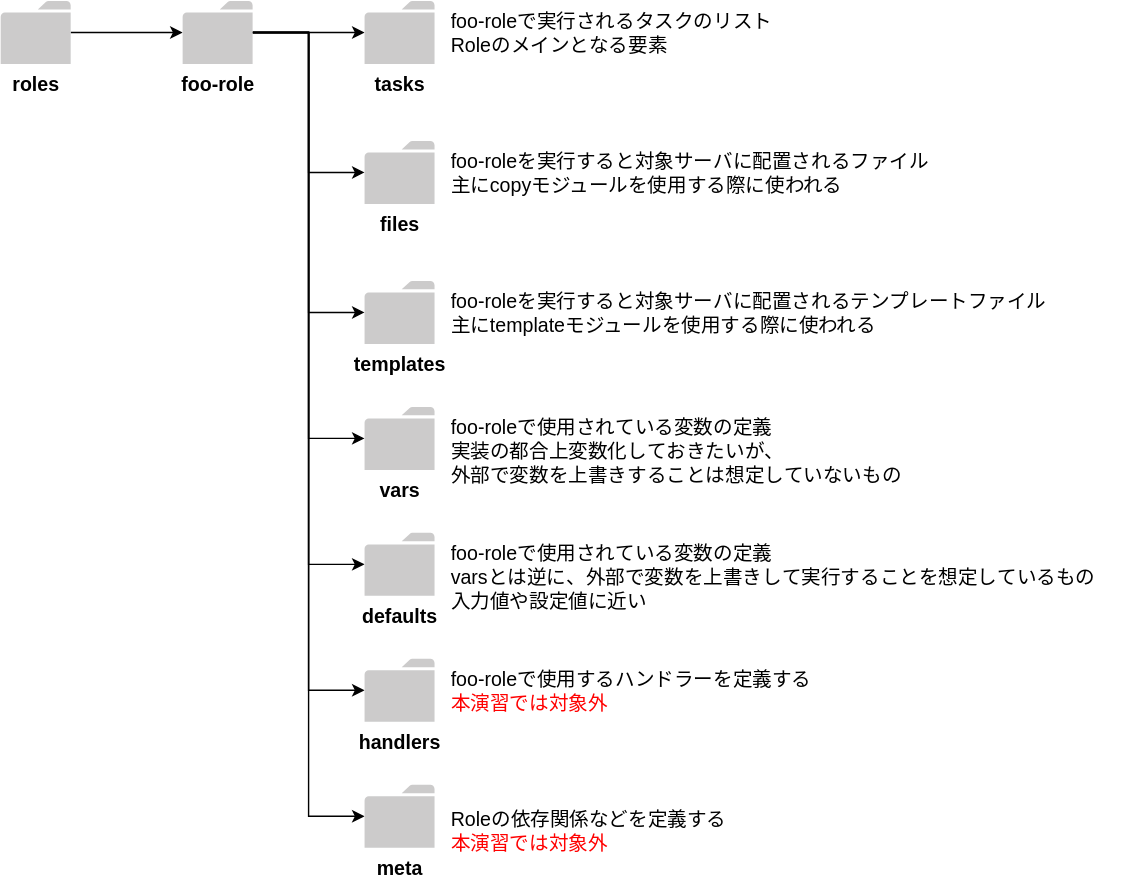
Before: lesson/03_practice/img/bestpractice.drawio.svg, a diagram exported from draw.io (infra-handson/ansible-training). Source tidied: cells renumbered, new cells last; positions are measured from the earlier drawing's top-left corner, leaving out a move shared by most shapes. Source of this version:
```xml
<mxGraphModel>
  <root>
    <mxCell id="0" />
    <mxCell id="1" parent="0" />
    <mxCell id="2" style="edgeStyle=orthogonalEdgeStyle;rounded=0;jettySize=auto;html=1;fontSize=14;" parent="1" edge="1" source="3" target="11">
      <mxGeometry relative="1" as="geometry" />
    </mxCell>
    <mxCell id="3" value="roles" style="shadow=0;dashed=0;html=1;strokeColor=none;labelPosition=center;verticalLabelPosition=bottom;verticalAlign=top;outlineConnect=0;align=center;shape=mxgraph.office.concepts.folder;fillColor=#CCCBCB;fontStyle=1;points=[[0,0,0],[0.25,0,0],[0.5,0,0],[0.75,0,0],[1,0,0],[0,1,0],[0.25,1,0],[0.5,1,0],[0.75,1,0],[1,1,0],[0,0.25,0],[0,0.5,0],[0,0.75,0],[1,0.25,0],[1,0.5,0],[1,0.75,0]];fontSize=14;" parent="1" vertex="1">
      <mxGeometry width="50" height="45" as="geometry" />
    </mxCell>
    <mxCell id="4" style="edgeStyle=orthogonalEdgeStyle;rounded=0;jettySize=auto;html=1;fontSize=14;" parent="1" edge="1" source="11" target="12">
      <mxGeometry relative="1" as="geometry" />
    </mxCell>
    <mxCell id="5" style="edgeStyle=orthogonalEdgeStyle;rounded=0;jettySize=auto;html=1;entryX=0;entryY=0.5;entryDx=0;entryDy=0;entryPerimeter=0;fontSize=14;" parent="1" edge="1" source="11" target="14">
      <mxGeometry relative="1" as="geometry" />
    </mxCell>
    <mxCell id="6" style="edgeStyle=orthogonalEdgeStyle;rounded=0;jettySize=auto;html=1;entryX=0;entryY=0.5;entryDx=0;entryDy=0;entryPerimeter=0;fontSize=14;" parent="1" edge="1" source="11" target="15">
      <mxGeometry relative="1" as="geometry" />
    </mxCell>
    <mxCell id="7" style="edgeStyle=orthogonalEdgeStyle;rounded=0;jettySize=auto;html=1;entryX=0;entryY=0.5;entryDx=0;entryDy=0;entryPerimeter=0;fontSize=14;" parent="1" edge="1" source="11" target="16">
      <mxGeometry relative="1" as="geometry" />
    </mxCell>
    <mxCell id="8" style="edgeStyle=orthogonalEdgeStyle;rounded=0;jettySize=auto;html=1;entryX=0;entryY=0.5;entryDx=0;entryDy=0;entryPerimeter=0;fontSize=14;" parent="1" edge="1" source="11" target="17">
      <mxGeometry relative="1" as="geometry" />
    </mxCell>
    <mxCell id="9" style="edgeStyle=orthogonalEdgeStyle;rounded=0;jettySize=auto;html=1;entryX=0;entryY=0.5;entryDx=0;entryDy=0;entryPerimeter=0;fontSize=14;" parent="1" edge="1" source="11" target="18">
      <mxGeometry relative="1" as="geometry" />
    </mxCell>
    <mxCell id="10" style="edgeStyle=orthogonalEdgeStyle;rounded=0;jettySize=auto;html=1;entryX=0;entryY=0.5;entryDx=0;entryDy=0;entryPerimeter=0;fontSize=14;" parent="1" edge="1" source="11" target="19">
      <mxGeometry relative="1" as="geometry" />
    </mxCell>
    <mxCell id="11" value="foo-role" style="shadow=0;dashed=0;html=1;strokeColor=none;labelPosition=center;verticalLabelPosition=bottom;verticalAlign=top;outlineConnect=0;align=center;shape=mxgraph.office.concepts.folder;fillColor=#CCCBCB;fontStyle=1;points=[[0,0,0],[0.25,0,0],[0.5,0,0],[0.75,0,0],[1,0,0],[0,1,0],[0.25,1,0],[0.5,1,0],[0.75,1,0],[1,1,0],[0,0.25,0],[0,0.5,0],[0,0.75,0],[1,0.25,0],[1,0.5,0],[1,0.75,0]];fontSize=14;" parent="1" vertex="1">
      <mxGeometry x="130" width="50" height="45" as="geometry" />
    </mxCell>
    <mxCell id="12" value="tasks" style="shadow=0;dashed=0;html=1;strokeColor=none;labelPosition=center;verticalLabelPosition=bottom;verticalAlign=top;outlineConnect=0;align=center;shape=mxgraph.office.concepts.folder;fillColor=#CCCBCB;labelBackgroundColor=#ffffff;fontStyle=1;points=[[0,0,0],[0.25,0,0],[0.5,0,0],[0.75,0,0],[1,0,0],[0,1,0],[0.25,1,0],[0.5,1,0],[0.75,1,0],[1,1,0],[0,0.25,0],[0,0.5,0],[0,0.75,0],[1,0.25,0],[1,0.5,0],[1,0.75,0]];fontSize=14;" parent="1" vertex="1">
      <mxGeometry x="260" width="50" height="45" as="geometry" />
    </mxCell>
    <mxCell id="13" value="foo-roleで実行されるタスクのリスト&lt;br style=&quot;font-size: 14px;&quot;&gt;Roleのメインとなる要素" style="text;html=1;align=left;verticalAlign=top;fontSize=14;" parent="1" vertex="1">
      <mxGeometry x="320" width="240" height="40" as="geometry" />
    </mxCell>
    <mxCell id="14" value="files" style="shadow=0;dashed=0;html=1;strokeColor=none;labelPosition=center;verticalLabelPosition=bottom;verticalAlign=top;outlineConnect=0;align=center;shape=mxgraph.office.concepts.folder;fillColor=#CCCBCB;labelBackgroundColor=#ffffff;fontStyle=1;points=[[0,0,0],[0.25,0,0],[0.5,0,0],[0.75,0,0],[1,0,0],[0,1,0],[0.25,1,0],[0.5,1,0],[0.75,1,0],[1,1,0],[0,0.25,0],[0,0.5,0],[0,0.75,0],[1,0.25,0],[1,0.5,0],[1,0.75,0]];fontSize=14;" parent="1" vertex="1">
      <mxGeometry x="260" y="100" width="50" height="45" as="geometry" />
    </mxCell>
    <mxCell id="15" value="templates" style="shadow=0;dashed=0;html=1;strokeColor=none;labelPosition=center;verticalLabelPosition=bottom;verticalAlign=top;outlineConnect=0;align=center;shape=mxgraph.office.concepts.folder;fillColor=#CCCBCB;labelBackgroundColor=#ffffff;fontStyle=1;points=[[0,0,0],[0.25,0,0],[0.5,0,0],[0.75,0,0],[1,0,0],[0,1,0],[0.25,1,0],[0.5,1,0],[0.75,1,0],[1,1,0],[0,0.25,0],[0,0.5,0],[0,0.75,0],[1,0.25,0],[1,0.5,0],[1,0.75,0]];fontSize=14;" parent="1" vertex="1">
      <mxGeometry x="260" y="200" width="50" height="45" as="geometry" />
    </mxCell>
    <mxCell id="16" value="vars" style="shadow=0;dashed=0;html=1;strokeColor=none;labelPosition=center;verticalLabelPosition=bottom;verticalAlign=top;outlineConnect=0;align=center;shape=mxgraph.office.concepts.folder;fillColor=#CCCBCB;labelBackgroundColor=#ffffff;fontStyle=1;points=[[0,0,0],[0.25,0,0],[0.5,0,0],[0.75,0,0],[1,0,0],[0,1,0],[0.25,1,0],[0.5,1,0],[0.75,1,0],[1,1,0],[0,0.25,0],[0,0.5,0],[0,0.75,0],[1,0.25,0],[1,0.5,0],[1,0.75,0]];fontSize=14;" parent="1" vertex="1">
      <mxGeometry x="260" y="290" width="50" height="45" as="geometry" />
    </mxCell>
    <mxCell id="17" value="defaults" style="shadow=0;dashed=0;html=1;strokeColor=none;labelPosition=center;verticalLabelPosition=bottom;verticalAlign=top;outlineConnect=0;align=center;shape=mxgraph.office.concepts.folder;fillColor=#CCCBCB;labelBackgroundColor=#ffffff;fontStyle=1;points=[[0,0,0],[0.25,0,0],[0.5,0,0],[0.75,0,0],[1,0,0],[0,1,0],[0.25,1,0],[0.5,1,0],[0.75,1,0],[1,1,0],[0,0.25,0],[0,0.5,0],[0,0.75,0],[1,0.25,0],[1,0.5,0],[1,0.75,0]];fontSize=14;" parent="1" vertex="1">
      <mxGeometry x="260" y="380" width="50" height="45" as="geometry" />
    </mxCell>
    <mxCell id="18" value="handlers" style="shadow=0;dashed=0;html=1;strokeColor=none;labelPosition=center;verticalLabelPosition=bottom;verticalAlign=top;outlineConnect=0;align=center;shape=mxgraph.office.concepts.folder;fillColor=#CCCBCB;labelBackgroundColor=#ffffff;fontStyle=1;points=[[0,0,0],[0.25,0,0],[0.5,0,0],[0.75,0,0],[1,0,0],[0,1,0],[0.25,1,0],[0.5,1,0],[0.75,1,0],[1,1,0],[0,0.25,0],[0,0.5,0],[0,0.75,0],[1,0.25,0],[1,0.5,0],[1,0.75,0]];fontSize=14;" parent="1" vertex="1">
      <mxGeometry x="260" y="470" width="50" height="45" as="geometry" />
    </mxCell>
    <mxCell id="19" value="meta" style="shadow=0;dashed=0;html=1;strokeColor=none;labelPosition=center;verticalLabelPosition=bottom;verticalAlign=top;outlineConnect=0;align=center;shape=mxgraph.office.concepts.folder;fillColor=#CCCBCB;labelBackgroundColor=#ffffff;fontStyle=1;points=[[0,0,0],[0.25,0,0],[0.5,0,0],[0.75,0,0],[1,0,0],[0,1,0],[0.25,1,0],[0.5,1,0],[0.75,1,0],[1,1,0],[0,0.25,0],[0,0.5,0],[0,0.75,0],[1,0.25,0],[1,0.5,0],[1,0.75,0]];fontSize=14;" parent="1" vertex="1">
      <mxGeometry x="260" y="560" width="50" height="45" as="geometry" />
    </mxCell>
    <mxCell id="20" value="foo-roleを実行すると対象サーバに配置されるファイル&lt;br style=&quot;font-size: 14px;&quot;&gt;主にcopyモジュールを使用する際に使われる" style="text;html=1;align=left;verticalAlign=top;fontSize=14;" parent="1" vertex="1">
      <mxGeometry x="320" y="100" width="360" height="40" as="geometry" />
    </mxCell>
    <mxCell id="21" value="foo-roleを実行すると対象サーバに配置されるテンプレートファイル&lt;br style=&quot;font-size: 14px;&quot;&gt;主にtemplateモジュールを使用する際に使われる" style="text;html=1;align=left;verticalAlign=top;fontSize=14;" parent="1" vertex="1">
      <mxGeometry x="320" y="200" width="440" height="40" as="geometry" />
    </mxCell>
    <mxCell id="22" value="foo-roleで使用されている変数の定義&lt;br style=&quot;font-size: 14px;&quot;&gt;実装の都合上変数化しておきたいが、&lt;br style=&quot;font-size: 14px;&quot;&gt;外部で変数を上書きすることは想定していないもの" style="text;html=1;align=left;verticalAlign=top;fontSize=14;" parent="1" vertex="1">
      <mxGeometry x="320" y="290" width="340" height="60" as="geometry" />
    </mxCell>
    <mxCell id="23" value="foo-roleで使用されている変数の定義&lt;br style=&quot;font-size: 14px;&quot;&gt;varsとは逆に、外部で変数を上書きして実行することを想定しているもの&lt;br style=&quot;font-size: 14px;&quot;&gt;入力値や設定値に近い" style="text;html=1;align=left;verticalAlign=top;fontSize=14;" parent="1" vertex="1">
      <mxGeometry x="320" y="380" width="480" height="60" as="geometry" />
    </mxCell>
    <mxCell id="24" value="foo-roleで使用するハンドラーを定義する&lt;br style=&quot;font-size: 14px;&quot;&gt;&lt;font color=&quot;#ff0000&quot; style=&quot;font-size: 14px;&quot;&gt;本演習では対象外&lt;/font&gt;" style="text;html=1;align=left;verticalAlign=top;fontSize=14;" parent="1" vertex="1">
      <mxGeometry x="320" y="470" width="270" height="40" as="geometry" />
    </mxCell>
    <mxCell id="25" value="Roleの依存関係などを定義する&lt;br style=&quot;font-size: 14px;&quot;&gt;&lt;font color=&quot;#ff0000&quot; style=&quot;font-size: 14px;&quot;&gt;本演習では対象外&lt;/font&gt;" style="text;html=1;align=left;verticalAlign=top;fontSize=14;" parent="1" vertex="1">
      <mxGeometry x="320" y="570" width="210" height="40" as="geometry" />
    </mxCell>
  </root>
</mxGraphModel>
```
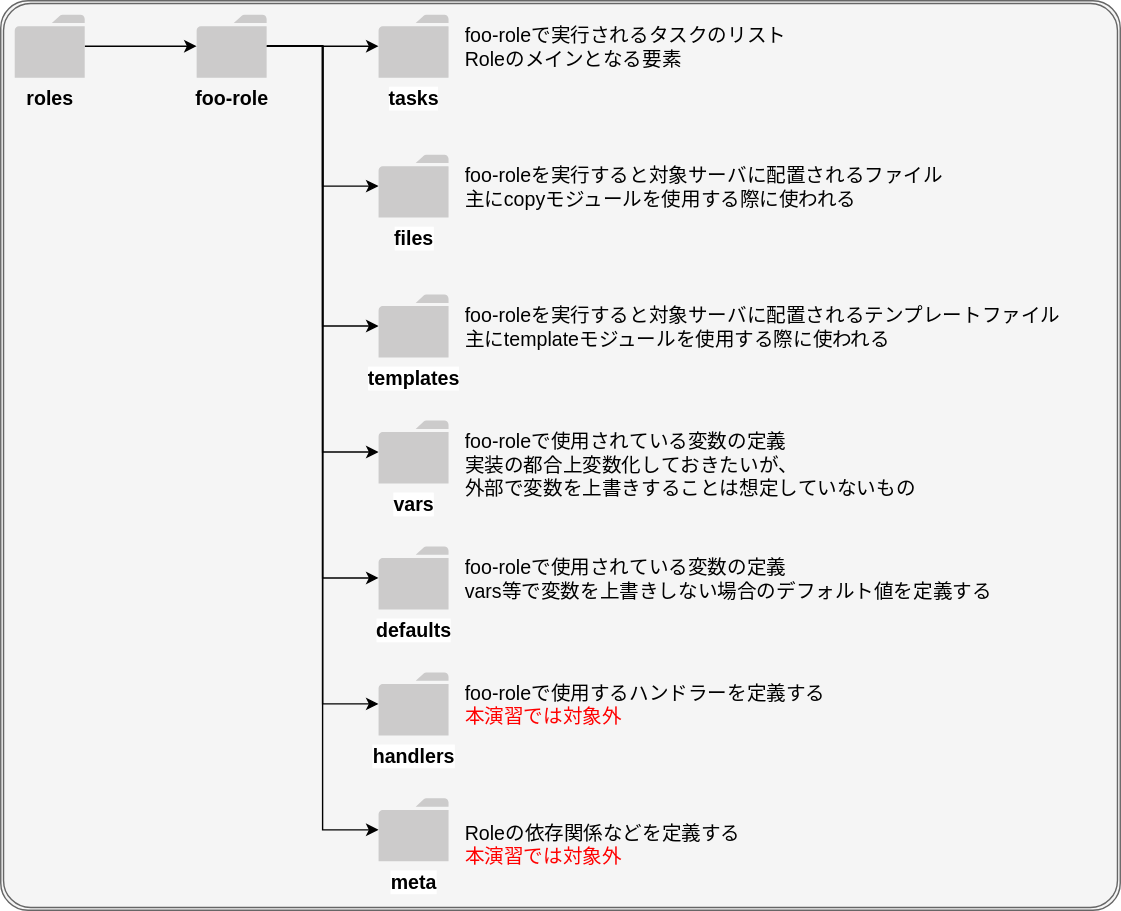
The same diagram one commit later.

Change to the diagram source:
```diff
@@ -2,6 +2,9 @@
   <root>
     <mxCell id="0" />
     <mxCell id="1" parent="0" />
+    <mxCell id="26" style="shape=ext;double=1;rounded=1;whiteSpace=wrap;html=1;fillColor=#f5f5f5;fontColor=#333333;strokeColor=#666666;arcSize=3;" parent="1" vertex="1">
+      <mxGeometry x="-10" y="-10" width="800" height="650" as="geometry" />
+    </mxCell>
     <mxCell id="2" style="edgeStyle=orthogonalEdgeStyle;rounded=0;jettySize=auto;html=1;fontSize=14;" parent="1" edge="1" source="3" target="11">
       <mxGeometry relative="1" as="geometry" />
     </mxCell>
@@ -65,8 +68,8 @@
     <mxCell id="22" value="foo-roleで使用されている変数の定義&lt;br style=&quot;font-size: 14px;&quot;&gt;実装の都合上変数化しておきたいが、&lt;br style=&quot;font-size: 14px;&quot;&gt;外部で変数を上書きすることは想定していないもの" style="text;html=1;align=left;verticalAlign=top;fontSize=14;" parent="1" vertex="1">
       <mxGeometry x="320" y="290" width="340" height="60" as="geometry" />
     </mxCell>
-    <mxCell id="23" value="foo-roleで使用されている変数の定義&lt;br style=&quot;font-size: 14px;&quot;&gt;varsとは逆に、外部で変数を上書きして実行することを想定しているもの&lt;br style=&quot;font-size: 14px;&quot;&gt;入力値や設定値に近い" style="text;html=1;align=left;verticalAlign=top;fontSize=14;" parent="1" vertex="1">
-      <mxGeometry x="320" y="380" width="480" height="60" as="geometry" />
+    <mxCell id="23" value="foo-roleで使用されている変数の定義&lt;br style=&quot;font-size: 14px;&quot;&gt;vars等で変数を上書きしない場合のデフォルト値を定義する" style="text;html=1;align=left;verticalAlign=top;fontSize=14;" parent="1" vertex="1">
+      <mxGeometry x="320" y="380" width="400" height="50" as="geometry" />
     </mxCell>
     <mxCell id="24" value="foo-roleで使用するハンドラーを定義する&lt;br style=&quot;font-size: 14px;&quot;&gt;&lt;font color=&quot;#ff0000&quot; style=&quot;font-size: 14px;&quot;&gt;本演習では対象外&lt;/font&gt;" style="text;html=1;align=left;verticalAlign=top;fontSize=14;" parent="1" vertex="1">
       <mxGeometry x="320" y="470" width="270" height="40" as="geometry" />
```
